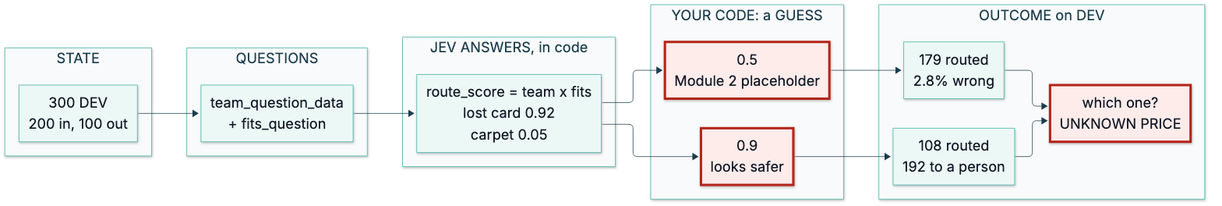
This is course/diagrams/module_03/p3-problem-guessed-threshold.png from axel-sirota/getting_started_jev, a Mermaid export, as it was before one commit. Its source is kept beside it as course/diagrams/module_03/p3-problem-guessed-threshold.mmd. Its diagram source:
```mermaid
%%{init: {"theme": "base", "themeVariables": {"fontFamily": "Inter, sans-serif", "primaryColor": "#ECF8F6", "primaryBorderColor": "#40B8A6", "primaryTextColor": "#111827", "lineColor": "#1A3D4D", "secondaryColor": "#F9FAFB", "tertiaryColor": "#FFFFFF", "clusterBkg": "#F9FAFB", "clusterBorder": "#D1D5DB", "actorBkg": "#ECF8F6", "actorBorder": "#40B8A6", "noteBkgColor": "#FFF6DA", "noteBorderColor": "#E0B84C"}}}%%
flowchart LR
  subgraph STATE["STATE"]
    S["300 DEV<br/>200 in, 100 out"]
  end
  subgraph QUESTIONS["QUESTIONS"]
    Q["team_question_data<br/>+ fits_question"]
  end
  subgraph ANSWERS["JEV ANSWERS, in code"]
    A["route_score = team x fits<br/>lost card 0.92<br/>carpet 0.05"]
  end
  subgraph CODE["YOUR CODE: a GUESS"]
    G1["0.5<br/>Module 2 placeholder"]
    G2["0.9<br/>looks safer"]
  end
  subgraph OUTCOME["OUTCOME on DEV"]
    O1["179 routed<br/>2.8% wrong"]
    O2["108 routed<br/>192 to a person"]
    R["which one?<br/>UNKNOWN PRICE"]
  end
  S --> Q --> A
  A --> G1 --> O1 --> R
  A --> G2 --> O2 --> R

  classDef fail fill:#FDECEA,stroke:#B42318,stroke-width:4px
  classDef changed fill:#D5F2EC,stroke:#1A3D4D,stroke-width:4px
  classDef ok fill:#ECF8F6,stroke:#1A3D4D,stroke-width:3px
  class G1 fail
  class G2 fail
  class R fail
```
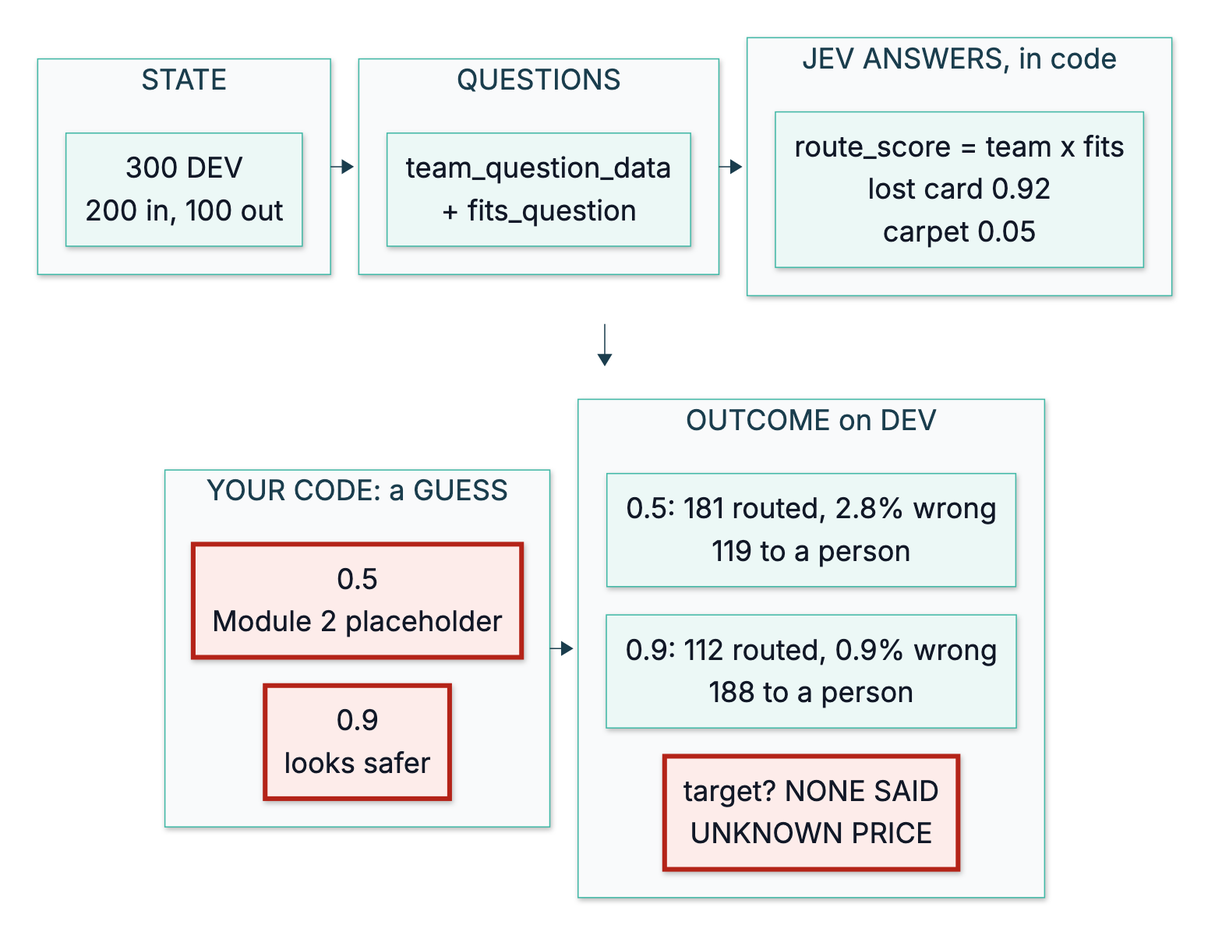
Above is the later version.

What changed in the source:
```diff
@@ -1,30 +1,44 @@
 %%{init: {"theme": "base", "themeVariables": {"fontFamily": "Inter, sans-serif", "primaryColor": "#ECF8F6", "primaryBorderColor": "#40B8A6", "primaryTextColor": "#111827", "lineColor": "#1A3D4D", "secondaryColor": "#F9FAFB", "tertiaryColor": "#FFFFFF", "clusterBkg": "#F9FAFB", "clusterBorder": "#D1D5DB", "actorBkg": "#ECF8F6", "actorBorder": "#40B8A6", "noteBkgColor": "#FFF6DA", "noteBorderColor": "#E0B84C"}}}%%
-flowchart LR
-  subgraph STATE["STATE"]
-    S["300 DEV<br/>200 in, 100 out"]
+flowchart TB
+  subgraph ROW1[" "]
+    direction LR
+    subgraph STATE["STATE"]
+      S["300 DEV<br/>200 in, 100 out"]
+    end
+    subgraph QUESTIONS["QUESTIONS"]
+      Q["team_question_data<br/>+ fits_question"]
+    end
+    subgraph ANSWERS["JEV ANSWERS, in code"]
+      A["route_score = team x fits<br/>lost card 0.92<br/>carpet 0.05"]
+    end
+    STATE --> QUESTIONS --> ANSWERS
   end
-  subgraph QUESTIONS["QUESTIONS"]
-    Q["team_question_data<br/>+ fits_question"]
+  subgraph ROW2[" "]
+    direction LR
+    subgraph CODE["YOUR CODE: a GUESS"]
+      direction TB
+      G1["0.5<br/>Module 2 placeholder"]
+      G2["0.9<br/>looks safer"]
+      G1 ~~~ G2
+    end
+    subgraph OUTCOME["OUTCOME on DEV"]
+      direction TB
+      O1["0.5: 181 routed, 2.8% wrong<br/>119 to a person"]
+      O2["0.9: 112 routed, 0.9% wrong<br/>188 to a person"]
+      R["target? NONE SAID<br/>UNKNOWN PRICE"]
+      O1 ~~~ O2 ~~~ R
+    end
+    CODE --> OUTCOME
   end
-  subgraph ANSWERS["JEV ANSWERS, in code"]
-    A["route_score = team x fits<br/>lost card 0.92<br/>carpet 0.05"]
-  end
-  subgraph CODE["YOUR CODE: a GUESS"]
-    G1["0.5<br/>Module 2 placeholder"]
-    G2["0.9<br/>looks safer"]
-  end
-  subgraph OUTCOME["OUTCOME on DEV"]
-    O1["179 routed<br/>2.8% wrong"]
-    O2["108 routed<br/>192 to a person"]
-    R["which one?<br/>UNKNOWN PRICE"]
-  end
-  S --> Q --> A
-  A --> G1 --> O1 --> R
-  A --> G2 --> O2 --> R
+  ROW1 --> ROW2
 
   classDef fail fill:#FDECEA,stroke:#B42318,stroke-width:4px
   classDef changed fill:#D5F2EC,stroke:#1A3D4D,stroke-width:4px
   classDef ok fill:#ECF8F6,stroke:#1A3D4D,stroke-width:3px
+  classDef muted fill:#F3F4F6,stroke:#9CA3AF,stroke-width:2px,color:#6B7280
+  classDef human fill:#FFF6DA,stroke:#E0B84C,stroke-width:3px
+  style ROW1 fill:none,stroke:none
+  style ROW2 fill:none,stroke:none
   class G1 fail
   class G2 fail
   class R fail
```
